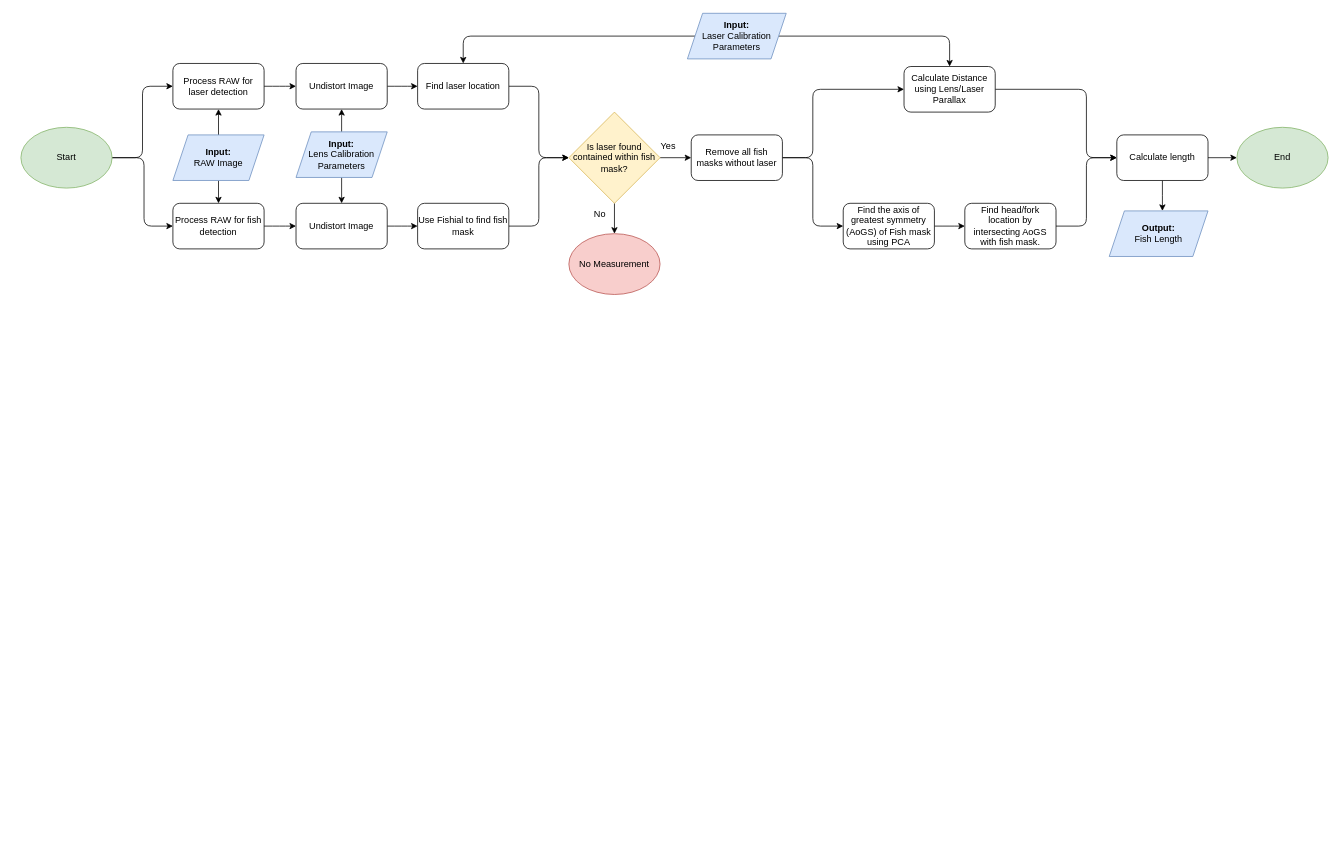
Earlier version of the draw.io diagram docs/software_flowchart.drawio (UCSD-E4E/fishsense-lite). Source tidied: cells renumbered, new cells numbered last; positions are measured from the earlier drawing's top-left corner, leaving out a move shared by most shapes. Both pictures are drawn from the tidied source at 76%, with x=0, y=0 at pixel (21, 13).
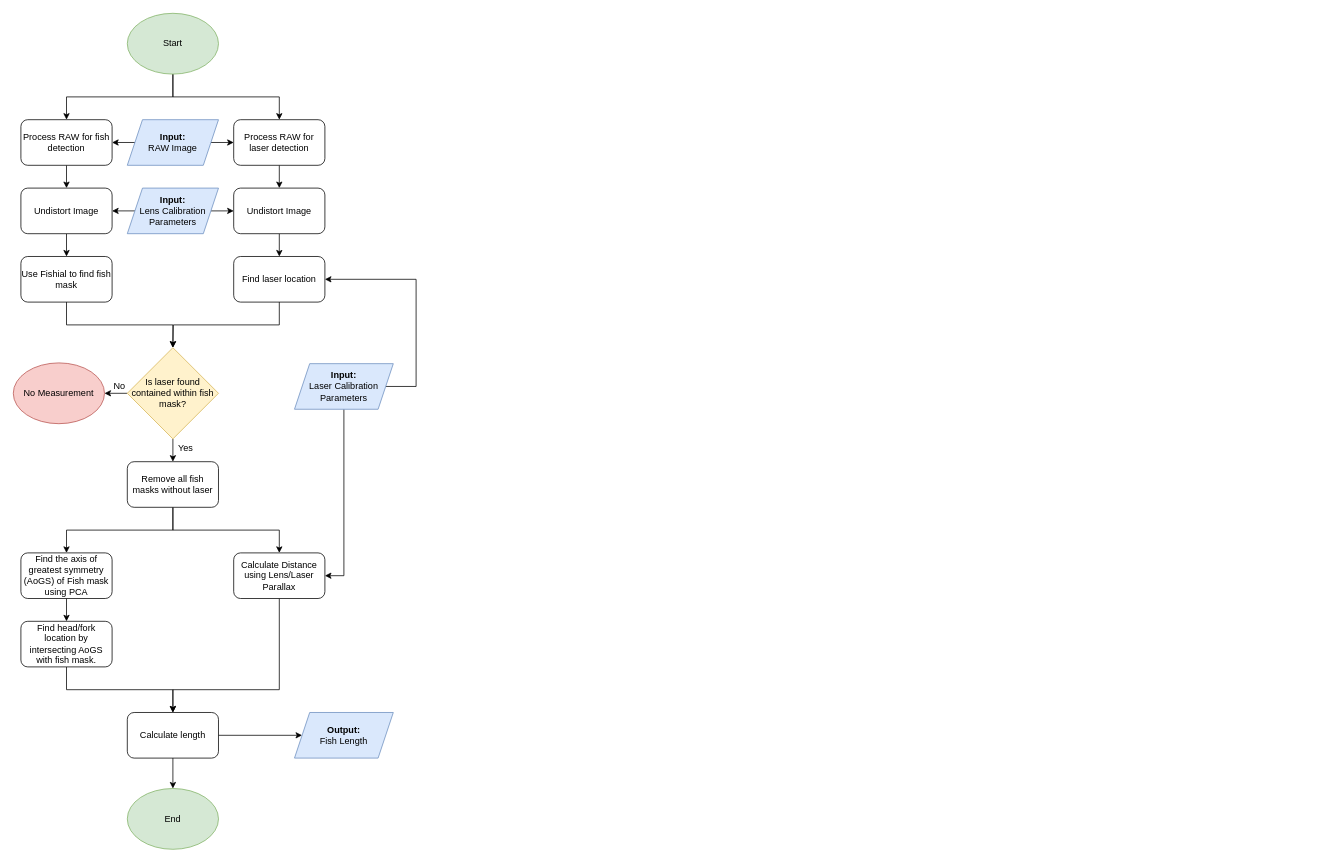
After the change.

Commit message (it also covers changes not shown here):
made system flowchart vertical

What changed in the source:
```diff
@@
-    <mxCell id="2" style="edgeStyle=orthogonalEdgeStyle;html=1;exitX=0.5;exitY=1;exitDx=0;exitDy=0;entryX=0.5;entryY=0;entryDx=0;entryDy=0;" parent="1" edge="1" source="4" target="11">
+    <mxCell id="2" style="edgeStyle=orthogonalEdgeStyle;rounded=0;jettySize=auto;html=1;exitX=0;exitY=0.5;exitDx=0;exitDy=0;entryX=1;entryY=0.5;entryDx=0;entryDy=0;" parent="1" edge="1" source="4" target="11">
       <mxGeometry relative="1" as="geometry" />
     </mxCell>
-    <mxCell id="3" style="edgeStyle=orthogonalEdgeStyle;html=1;exitX=0.5;exitY=0;exitDx=0;exitDy=0;entryX=0.5;entryY=1;entryDx=0;entryDy=0;" parent="1" edge="1" source="4" target="6">
+    <mxCell id="3" style="edgeStyle=orthogonalEdgeStyle;rounded=0;jettySize=auto;html=1;exitX=1;exitY=0.5;exitDx=0;exitDy=0;entryX=0;entryY=0.5;entryDx=0;entryDy=0;" parent="1" edge="1" source="4" target="6">
       <mxGeometry relative="1" as="geometry" />
     </mxCell>
     <mxCell id="4" value="&lt;b&gt;Input:&lt;br&gt;&lt;/b&gt;RAW Image" style="shape=parallelogram;perimeter=parallelogramPerimeter;whiteSpace=wrap;html=1;fixedSize=1;fillColor=#dae8fc;strokeColor=#6c8ebf;" parent="1" vertex="1">
-      <mxGeometry x="200" y="160" width="120" height="60" as="geometry" />
+      <mxGeometry x="140" y="140" width="120" height="60" as="geometry" />
     </mxCell>
-    <mxCell id="5" style="edgeStyle=elbowEdgeStyle;html=1;exitX=1;exitY=0.5;exitDx=0;exitDy=0;" parent="1" edge="1" source="6" target="13">
+    <mxCell id="5" style="edgeStyle=orthogonalEdgeStyle;rounded=0;jettySize=auto;html=1;exitX=0.5;exitY=1;exitDx=0;exitDy=0;entryX=0.5;entryY=0;entryDx=0;entryDy=0;" parent="1" edge="1" source="6" target="13">
       <mxGeometry relative="1" as="geometry" />
     </mxCell>
     <mxCell id="6" value="Process RAW for laser detection" style="rounded=1;whiteSpace=wrap;html=1;" parent="1" vertex="1">
-      <mxGeometry x="200" y="66" width="120" height="60" as="geometry" />
+      <mxGeometry x="280" y="140" width="120" height="60" as="geometry" />
     </mxCell>
-    <mxCell id="7" style="edgeStyle=elbowEdgeStyle;html=1;exitX=1;exitY=0.5;exitDx=0;exitDy=0;entryX=0;entryY=0.5;entryDx=0;entryDy=0;" parent="1" edge="1" source="9" target="11">
-      <mxGeometry relative="1" as="geometry">
-        <Array as="points">
-          <mxPoint x="162" y="180" />
-        </Array>
-      </mxGeometry>
+    <mxCell id="7" style="edgeStyle=orthogonalEdgeStyle;rounded=0;jettySize=auto;html=1;exitX=0.5;exitY=1;exitDx=0;exitDy=0;entryX=0.5;entryY=0;entryDx=0;entryDy=0;" parent="1" edge="1" source="9" target="11">
+      <mxGeometry relative="1" as="geometry" />
     </mxCell>
-    <mxCell id="8" style="edgeStyle=elbowEdgeStyle;html=1;exitX=1;exitY=0.5;exitDx=0;exitDy=0;entryX=0;entryY=0.5;entryDx=0;entryDy=0;" parent="1" edge="1" source="9" target="6">
+    <mxCell id="8" style="edgeStyle=orthogonalEdgeStyle;rounded=0;jettySize=auto;html=1;exitX=0.5;exitY=1;exitDx=0;exitDy=0;entryX=0.5;entryY=0;entryDx=0;entryDy=0;" parent="1" edge="1" source="9" target="6">
       <mxGeometry relative="1" as="geometry" />
     </mxCell>
     <mxCell id="9" value="Start" style="ellipse;whiteSpace=wrap;html=1;fillColor=#d5e8d4;strokeColor=#82b366;" parent="1" vertex="1">
-      <mxGeometry y="150" width="120" height="80" as="geometry" />
+      <mxGeometry x="140" width="120" height="80" as="geometry" />
     </mxCell>
-    <mxCell id="10" style="edgeStyle=elbowEdgeStyle;html=1;exitX=1;exitY=0.5;exitDx=0;exitDy=0;entryX=0;entryY=0.5;entryDx=0;entryDy=0;" parent="1" edge="1" source="11" target="15">
+    <mxCell id="10" style="edgeStyle=orthogonalEdgeStyle;rounded=0;jettySize=auto;html=1;exitX=0.5;exitY=1;exitDx=0;exitDy=0;entryX=0.5;entryY=0;entryDx=0;entryDy=0;" parent="1" edge="1" source="11" target="15">
       <mxGeometry relative="1" as="geometry" />
     </mxCell>
     <mxCell id="11" value="Process RAW for fish detection" style="rounded=1;whiteSpace=wrap;html=1;" parent="1" vertex="1">
-      <mxGeometry x="200" y="250" width="120" height="60" as="geometry" />
+      <mxGeometry y="140" width="120" height="60" as="geometry" />
     </mxCell>
-    <mxCell id="12" style="edgeStyle=elbowEdgeStyle;html=1;exitX=1;exitY=0.5;exitDx=0;exitDy=0;entryX=0;entryY=0.5;entryDx=0;entryDy=0;" parent="1" edge="1" source="13" target="17">
+    <mxCell id="12" style="edgeStyle=orthogonalEdgeStyle;rounded=0;jettySize=auto;html=1;exitX=0.5;exitY=1;exitDx=0;exitDy=0;entryX=0.5;entryY=0;entryDx=0;entryDy=0;" parent="1" edge="1" source="13" target="17">
       <mxGeometry relative="1" as="geometry" />
     </mxCell>
     <mxCell id="13" value="Undistort Image" style="rounded=1;whiteSpace=wrap;html=1;" parent="1" vertex="1">
-      <mxGeometry x="362" y="66" width="120" height="60" as="geometry" />
+      <mxGeometry x="280" y="230" width="120" height="60" as="geometry" />
     </mxCell>
-    <mxCell id="14" style="edgeStyle=elbowEdgeStyle;html=1;exitX=1;exitY=0.5;exitDx=0;exitDy=0;" parent="1" edge="1" source="15" target="22">
+    <mxCell id="14" style="edgeStyle=orthogonalEdgeStyle;rounded=0;jettySize=auto;html=1;exitX=0.5;exitY=1;exitDx=0;exitDy=0;entryX=0.5;entryY=0;entryDx=0;entryDy=0;" parent="1" edge="1" source="15" target="22">
       <mxGeometry relative="1" as="geometry" />
     </mxCell>
     <mxCell id="15" value="Undistort Image" style="rounded=1;whiteSpace=wrap;html=1;" parent="1" vertex="1">
-      <mxGeometry x="362" y="250" width="120" height="60" as="geometry" />
+      <mxGeometry y="230" width="120" height="60" as="geometry" />
     </mxCell>
-    <mxCell id="16" style="edgeStyle=orthogonalEdgeStyle;html=1;exitX=1;exitY=0.5;exitDx=0;exitDy=0;entryX=0;entryY=0.5;entryDx=0;entryDy=0;" parent="1" edge="1" source="17" target="25">
-      <mxGeometry relative="1" as="geometry" />
-    </mxCell>
+    <mxCell id="46" style="edgeStyle=orthogonalEdgeStyle;rounded=0;jettySize=auto;html=1;exitX=0.5;exitY=1;exitDx=0;exitDy=0;" parent="1" edge="1" source="17">
+      <mxGeometry relative="1" as="geometry">
+        <mxPoint x="200" y="440" as="targetPoint" />
+      </mxGeometry>
+    </mxCell>
     <mxCell id="17" value="Find laser location" style="rounded=1;whiteSpace=wrap;html=1;" parent="1" vertex="1">
-      <mxGeometry x="522" y="66" width="120" height="60" as="geometry" />
+      <mxGeometry x="280" y="320" width="120" height="60" as="geometry" />
     </mxCell>
-    <mxCell id="18" style="edgeStyle=elbowEdgeStyle;html=1;exitX=0;exitY=0.5;exitDx=0;exitDy=0;entryX=0.5;entryY=0;entryDx=0;entryDy=0;elbow=vertical;" parent="1" edge="1" source="20" target="17">
+    <mxCell id="18" style="edgeStyle=orthogonalEdgeStyle;rounded=0;jettySize=auto;html=1;exitX=1;exitY=0.5;exitDx=0;exitDy=0;entryX=1;entryY=0.5;entryDx=0;entryDy=0;" parent="1" edge="1" source="20" target="17">
       <mxGeometry relative="1" as="geometry">
         <Array as="points">
-          <mxPoint x="742" y="30" />
+          <mxPoint x="520" y="491" />
+          <mxPoint x="520" y="350" />
         </Array>
       </mxGeometry>
     </mxCell>
-    <mxCell id="19" style="edgeStyle=elbowEdgeStyle;elbow=vertical;html=1;exitX=1;exitY=0.5;exitDx=0;exitDy=0;entryX=0.5;entryY=0;entryDx=0;entryDy=0;" parent="1" edge="1" source="20" target="36">
-      <mxGeometry relative="1" as="geometry">
-        <Array as="points">
-          <mxPoint x="1052" y="30" />
-        </Array>
-      </mxGeometry>
+    <mxCell id="19" style="edgeStyle=orthogonalEdgeStyle;rounded=0;jettySize=auto;html=1;exitX=0.5;exitY=1;exitDx=0;exitDy=0;entryX=1;entryY=0.5;entryDx=0;entryDy=0;" parent="1" edge="1" source="20" target="36">
+      <mxGeometry relative="1" as="geometry" />
     </mxCell>
     <mxCell id="20" value="&lt;b&gt;Input:&lt;/b&gt;&lt;br&gt;Laser Calibration Parameters" style="shape=parallelogram;perimeter=parallelogramPerimeter;whiteSpace=wrap;html=1;fixedSize=1;fillColor=#dae8fc;strokeColor=#6c8ebf;" parent="1" vertex="1">
-      <mxGeometry x="877" width="130" height="60" as="geometry" />
+      <mxGeometry x="360" y="461" width="130" height="60" as="geometry" />
     </mxCell>
-    <mxCell id="21" style="edgeStyle=orthogonalEdgeStyle;html=1;exitX=1;exitY=0.5;exitDx=0;exitDy=0;entryX=0;entryY=0.5;entryDx=0;entryDy=0;" parent="1" edge="1" source="22" target="25">
+    <mxCell id="21" style="edgeStyle=orthogonalEdgeStyle;rounded=0;jettySize=auto;html=1;exitX=0.5;exitY=1;exitDx=0;exitDy=0;entryX=0.5;entryY=0;entryDx=0;entryDy=0;" parent="1" edge="1" source="22" target="25">
       <mxGeometry relative="1" as="geometry" />
     </mxCell>
     <mxCell id="22" value="Use Fishial to find fish mask" style="rounded=1;whiteSpace=wrap;html=1;" parent="1" vertex="1">
-      <mxGeometry x="522" y="250" width="120" height="60" as="geometry" />
+      <mxGeometry y="320" width="120" height="60" as="geometry" />
     </mxCell>
-    <mxCell id="23" style="edgeStyle=none;html=1;exitX=0.5;exitY=1;exitDx=0;exitDy=0;entryX=0.5;entryY=0;entryDx=0;entryDy=0;" parent="1" edge="1" source="25" target="26">
+    <mxCell id="23" style="edgeStyle=orthogonalEdgeStyle;rounded=0;jettySize=auto;html=1;exitX=0;exitY=0.5;exitDx=0;exitDy=0;entryX=1;entryY=0.5;entryDx=0;entryDy=0;" parent="1" edge="1" source="25" target="26">
       <mxGeometry relative="1" as="geometry" />
     </mxCell>
-    <mxCell id="24" style="edgeStyle=none;html=1;exitX=1;exitY=0.5;exitDx=0;exitDy=0;entryX=0;entryY=0.5;entryDx=0;entryDy=0;" parent="1" edge="1" source="25" target="32">
+    <mxCell id="24" style="edgeStyle=orthogonalEdgeStyle;rounded=0;jettySize=auto;html=1;exitX=0.5;exitY=1;exitDx=0;exitDy=0;entryX=0.5;entryY=0;entryDx=0;entryDy=0;" parent="1" edge="1" source="25" target="32">
       <mxGeometry relative="1" as="geometry" />
     </mxCell>
     <mxCell id="25" value="Is laser found contained within fish mask?" style="rhombus;whiteSpace=wrap;html=1;fillColor=#fff2cc;strokeColor=#d6b656;" parent="1" vertex="1">
-      <mxGeometry x="721" y="130" width="120" height="120" as="geometry" />
+      <mxGeometry x="140" y="440" width="120" height="120" as="geometry" />
     </mxCell>
     <mxCell id="26" value="No Measurement" style="ellipse;whiteSpace=wrap;html=1;fillColor=#f8cecc;strokeColor=#b85450;" parent="1" vertex="1">
-      <mxGeometry x="721" y="290" width="120" height="80" as="geometry" />
+      <mxGeometry x="-10" y="460" width="120" height="80" as="geometry" />
     </mxCell>
-    <mxCell id="27" style="edgeStyle=orthogonalEdgeStyle;html=1;exitX=0.5;exitY=0;exitDx=0;exitDy=0;entryX=0.5;entryY=1;entryDx=0;entryDy=0;" parent="1" edge="1" source="29" target="13">
+    <mxCell id="27" style="edgeStyle=orthogonalEdgeStyle;rounded=0;jettySize=auto;html=1;exitX=1;exitY=0.5;exitDx=0;exitDy=0;entryX=0;entryY=0.5;entryDx=0;entryDy=0;" parent="1" edge="1" source="29" target="13">
       <mxGeometry relative="1" as="geometry" />
     </mxCell>
-    <mxCell id="28" style="edgeStyle=orthogonalEdgeStyle;html=1;exitX=0.5;exitY=1;exitDx=0;exitDy=0;entryX=0.5;entryY=0;entryDx=0;entryDy=0;" parent="1" edge="1" source="29" target="15">
+    <mxCell id="28" style="edgeStyle=orthogonalEdgeStyle;rounded=0;jettySize=auto;html=1;exitX=0;exitY=0.5;exitDx=0;exitDy=0;entryX=1;entryY=0.5;entryDx=0;entryDy=0;" parent="1" edge="1" source="29" target="15">
       <mxGeometry relative="1" as="geometry" />
     </mxCell>
     <mxCell id="29" value="&lt;b&gt;Input:&lt;/b&gt;&lt;br&gt;Lens Calibration Parameters" style="shape=parallelogram;perimeter=parallelogramPerimeter;whiteSpace=wrap;html=1;fixedSize=1;fillColor=#dae8fc;strokeColor=#6c8ebf;" parent="1" vertex="1">
-      <mxGeometry x="362" y="156" width="120" height="60" as="geometry" />
+      <mxGeometry x="140" y="230" width="120" height="60" as="geometry" />
     </mxCell>
+    <mxCell id="31" style="edgeStyle=orthogonalEdgeStyle;rounded=0;jettySize=auto;html=1;exitX=0.5;exitY=1;exitDx=0;exitDy=0;entryX=0.5;entryY=0;entryDx=0;entryDy=0;" parent="1" edge="1" source="32" target="34">
+      <mxGeometry relative="1" as="geometry" />
+    </mxCell>
-    <mxCell id="30" style="edgeStyle=elbowEdgeStyle;html=1;exitX=1;exitY=0.5;exitDx=0;exitDy=0;entryX=0;entryY=0.5;entryDx=0;entryDy=0;" parent="1" edge="1" source="32" target="36">
-      <mxGeometry relative="1" as="geometry">
-        <Array as="points">
-          <mxPoint x="1042" y="150" />
-        </Array>
-      </mxGeometry>
+    <mxCell id="30" style="edgeStyle=orthogonalEdgeStyle;rounded=0;jettySize=auto;html=1;exitX=0.5;exitY=1;exitDx=0;exitDy=0;entryX=0.5;entryY=0;entryDx=0;entryDy=0;" parent="1" edge="1" source="32" target="36">
+      <mxGeometry relative="1" as="geometry" />
     </mxCell>
-    <mxCell id="31" style="edgeStyle=elbowEdgeStyle;html=1;exitX=1;exitY=0.5;exitDx=0;exitDy=0;entryX=0;entryY=0.5;entryDx=0;entryDy=0;" parent="1" edge="1" source="32" target="34">
-      <mxGeometry relative="1" as="geometry" />
-    </mxCell>
     <mxCell id="32" value="Remove all fish masks without laser" style="rounded=1;whiteSpace=wrap;html=1;" parent="1" vertex="1">
-      <mxGeometry x="882" y="160" width="120" height="60" as="geometry" />
+      <mxGeometry x="140" y="590" width="120" height="60" as="geometry" />
     </mxCell>
-    <mxCell id="33" style="edgeStyle=elbowEdgeStyle;html=1;exitX=1;exitY=0.5;exitDx=0;exitDy=0;entryX=0;entryY=0.5;entryDx=0;entryDy=0;" parent="1" edge="1" source="34" target="38">
+    <mxCell id="33" style="edgeStyle=orthogonalEdgeStyle;rounded=0;jettySize=auto;html=1;exitX=0.5;exitY=1;exitDx=0;exitDy=0;entryX=0.5;entryY=0;entryDx=0;entryDy=0;" parent="1" edge="1" source="34" target="38">
       <mxGeometry relative="1" as="geometry" />
     </mxCell>
     <mxCell id="34" value="Find the axis of greatest symmetry (AoGS) of Fish mask using PCA" style="rounded=1;whiteSpace=wrap;html=1;" parent="1" vertex="1">
-      <mxGeometry x="1082" y="250" width="120" height="60" as="geometry" />
+      <mxGeometry y="710" width="120" height="60" as="geometry" />
     </mxCell>
-    <mxCell id="35" style="edgeStyle=elbowEdgeStyle;html=1;exitX=1;exitY=0.5;exitDx=0;exitDy=0;entryX=0;entryY=0.5;entryDx=0;entryDy=0;" parent="1" edge="1" source="36" target="41">
+    <mxCell id="35" style="edgeStyle=orthogonalEdgeStyle;rounded=0;jettySize=auto;html=1;exitX=0.5;exitY=1;exitDx=0;exitDy=0;entryX=0.5;entryY=0;entryDx=0;entryDy=0;" parent="1" edge="1" source="36" target="41">
       <mxGeometry relative="1" as="geometry">
         <Array as="points">
-          <mxPoint x="1402" y="150" />
+          <mxPoint x="340" y="890" />
+          <mxPoint x="200" y="890" />
         </Array>
       </mxGeometry>
     </mxCell>
     <mxCell id="36" value="Calculate Distance using Lens/Laser Parallax" style="rounded=1;whiteSpace=wrap;html=1;" parent="1" vertex="1">
-      <mxGeometry x="1162" y="70" width="120" height="60" as="geometry" />
+      <mxGeometry x="280" y="710" width="120" height="60" as="geometry" />
     </mxCell>
-    <mxCell id="37" style="edgeStyle=elbowEdgeStyle;html=1;exitX=1;exitY=0.5;exitDx=0;exitDy=0;" parent="1" edge="1" source="38">
-      <mxGeometry relative="1" as="geometry">
-        <mxPoint x="1442" y="190" as="targetPoint" />
-        <Array as="points">
-          <mxPoint x="1402" y="230" />
-        </Array>
-      </mxGeometry>
-    </mxCell>
+    <mxCell id="47" style="edgeStyle=orthogonalEdgeStyle;rounded=0;jettySize=auto;html=1;exitX=0.5;exitY=1;exitDx=0;exitDy=0;entryX=0.5;entryY=0;entryDx=0;entryDy=0;" parent="1" edge="1" source="38" target="41">
+      <mxGeometry relative="1" as="geometry" />
+    </mxCell>
     <mxCell id="38" value="Find head/fork location by intersecting AoGS with fish mask." style="rounded=1;whiteSpace=wrap;html=1;" parent="1" vertex="1">
-      <mxGeometry x="1242" y="250" width="120" height="60" as="geometry" />
+      <mxGeometry y="800" width="120" height="60" as="geometry" />
     </mxCell>
-    <mxCell id="39" style="edgeStyle=orthogonalEdgeStyle;rounded=0;jettySize=auto;html=1;exitX=0.5;exitY=1;exitDx=0;exitDy=0;entryX=0.5;entryY=0;entryDx=0;entryDy=0;" parent="1" edge="1" source="41">
-      <mxGeometry relative="1" as="geometry">
-        <mxPoint x="1502" y="260" as="targetPoint" />
-      </mxGeometry>
-    </mxCell>
+    <mxCell id="48" style="edgeStyle=orthogonalEdgeStyle;rounded=0;jettySize=auto;html=1;exitX=1;exitY=0.5;exitDx=0;exitDy=0;entryX=0;entryY=0.5;entryDx=0;entryDy=0;" parent="1" edge="1" source="41" target="45">
+      <mxGeometry relative="1" as="geometry" />
+    </mxCell>
-    <mxCell id="40" style="edgeStyle=orthogonalEdgeStyle;rounded=0;jettySize=auto;html=1;exitX=1;exitY=0.5;exitDx=0;exitDy=0;entryX=0;entryY=0.5;entryDx=0;entryDy=0;" parent="1" edge="1" source="41" target="44">
+    <mxCell id="40" style="edgeStyle=orthogonalEdgeStyle;rounded=0;jettySize=auto;html=1;exitX=0.5;exitY=1;exitDx=0;exitDy=0;entryX=0.5;entryY=0;entryDx=0;entryDy=0;" parent="1" edge="1" source="41" target="44">
       <mxGeometry relative="1" as="geometry" />
     </mxCell>
     <mxCell id="41" value="Calculate length" style="rounded=1;whiteSpace=wrap;html=1;" parent="1" vertex="1">
-      <mxGeometry x="1442" y="160" width="120" height="60" as="geometry" />
+      <mxGeometry x="140" y="920" width="120" height="60" as="geometry" />
     </mxCell>
     <mxCell id="42" value="Yes" style="text;html=1;strokeColor=none;fillColor=none;align=center;verticalAlign=middle;whiteSpace=wrap;rounded=0;" parent="1" vertex="1">
-      <mxGeometry x="822" y="160" width="60" height="30" as="geometry" />
+      <mxGeometry x="187" y="557" width="60" height="30" as="geometry" />
     </mxCell>
     <mxCell id="43" value="No" style="text;html=1;strokeColor=none;fillColor=none;align=center;verticalAlign=middle;whiteSpace=wrap;rounded=0;" parent="1" vertex="1">
-      <mxGeometry x="732" y="250" width="60" height="30" as="geometry" />
+      <mxGeometry x="100" y="476" width="60" height="30" as="geometry" />
     </mxCell>
     <mxCell id="44" value="End" style="ellipse;whiteSpace=wrap;html=1;fillColor=#d5e8d4;strokeColor=#82b366;" parent="1" vertex="1">
-      <mxGeometry x="1600" y="150" width="120" height="80" as="geometry" />
+      <mxGeometry x="140" y="1020" width="120" height="80" as="geometry" />
     </mxCell>
     <mxCell id="45" value="&lt;b&gt;Output:&lt;/b&gt;&lt;br&gt;Fish Length" style="shape=parallelogram;perimeter=parallelogramPerimeter;whiteSpace=wrap;html=1;fixedSize=1;fillColor=#dae8fc;strokeColor=#6c8ebf;" parent="1" vertex="1">
-      <mxGeometry x="1432" y="260" width="130" height="60" as="geometry" />
+      <mxGeometry x="360" y="920" width="130" height="60" as="geometry" />
     </mxCell>
```
